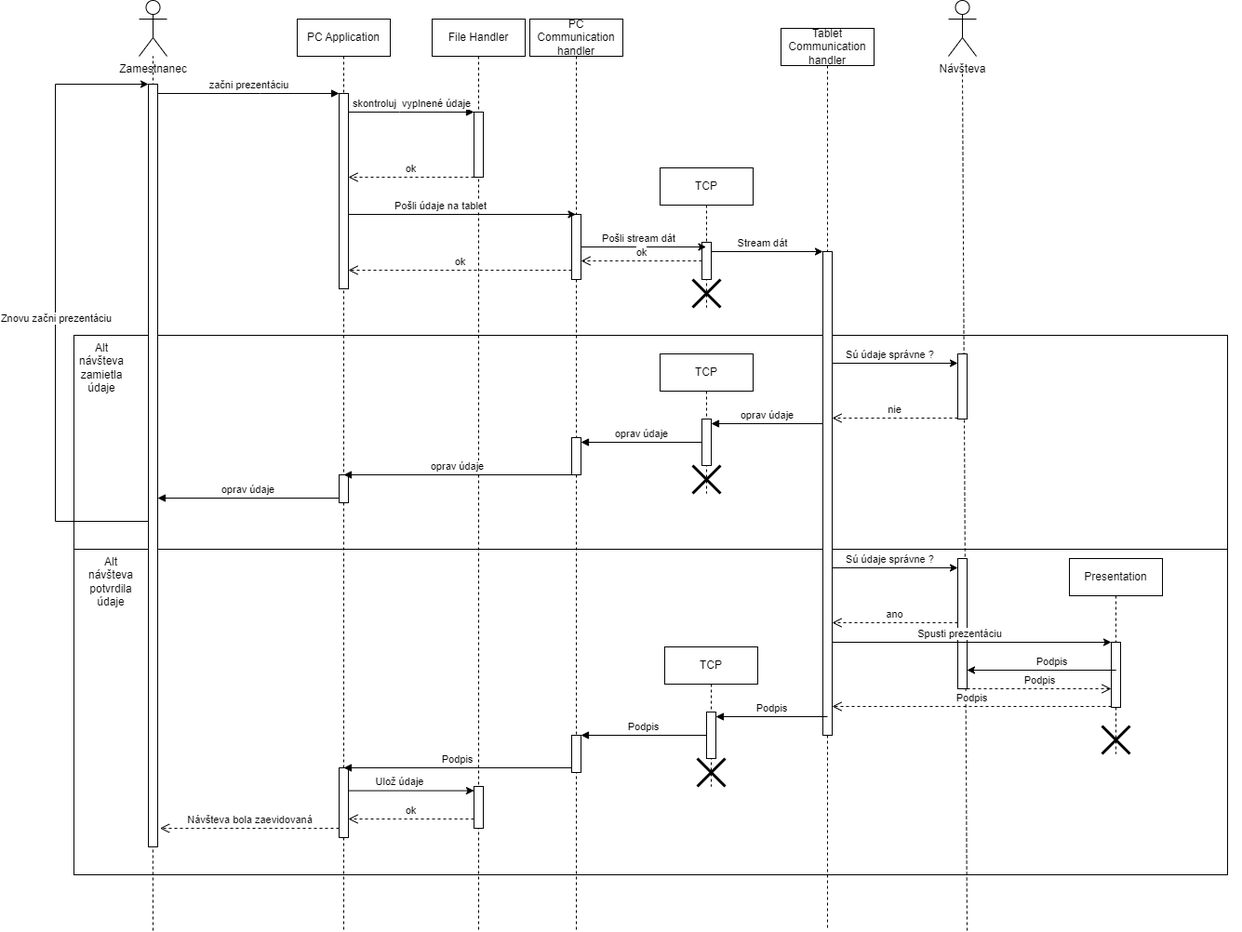
The draw.io diagram docs/navrh/sequence_diagram.png in TIS2023-FMFI/navstevy, before a commit. Source tidied: cells renumbered, new cells last; positions are measured from the earlier drawing's top-left corner, leaving out a move shared by most shapes.
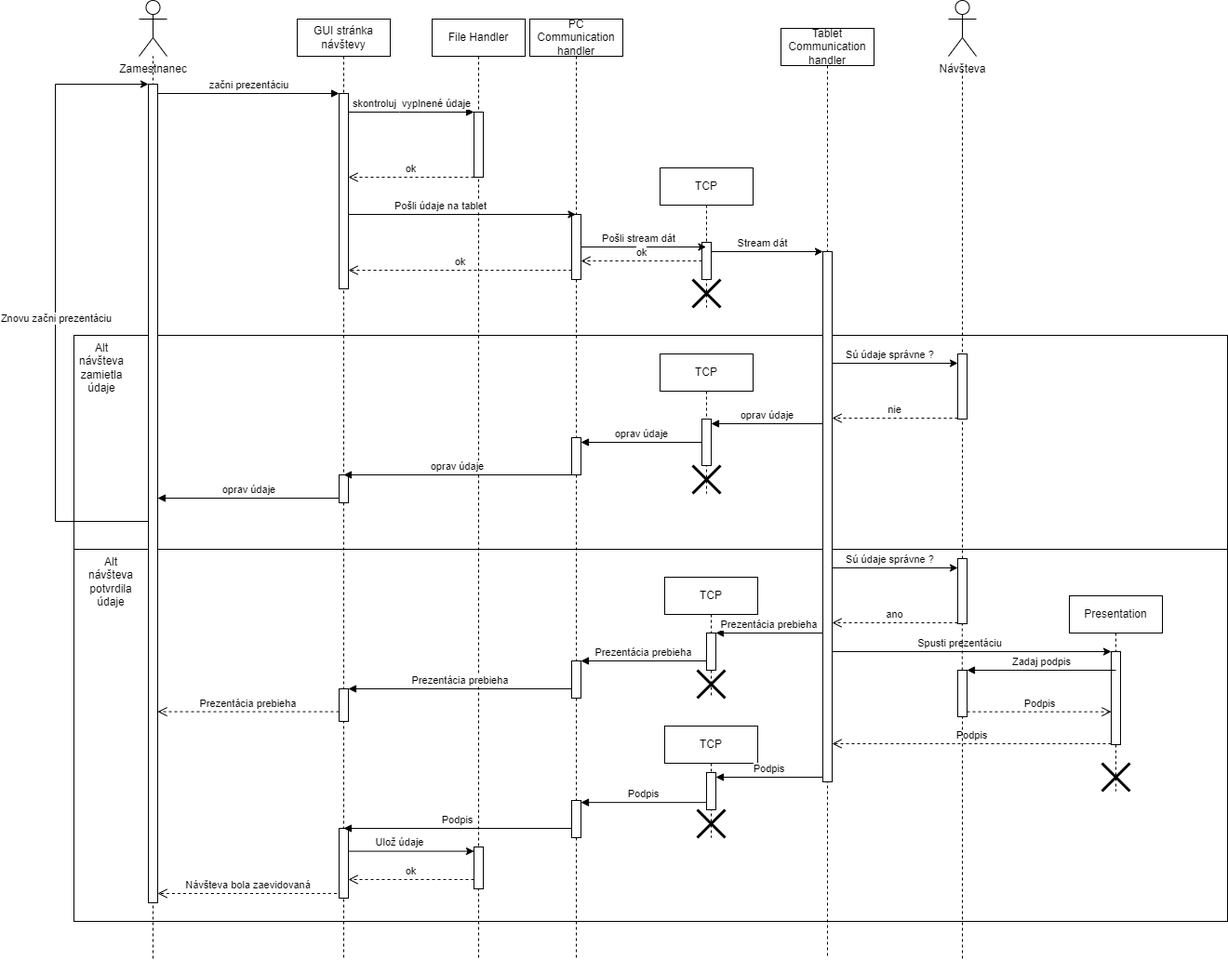
The same file after the commit.

Commit message:
Opravený sekvenčný diagram

The edit, as a diff of the source:
```diff
@@ -8,7 +8,6 @@
     <mxCell id="3" style="rounded=0;whiteSpace=wrap;html=1;" parent="1" vertex="1">
-      <mxGeometry x="20" y="590" width="1240" height="350" as="geometry" />
+      <mxGeometry x="20" y="590" width="1240" height="400" as="geometry" />
     </mxCell>
-    <mxCell id="4" style="endArrow=none;dashed=1;html=1;rounded=0;" parent="1" edge="1">
+    <mxCell id="4" style="endArrow=none;dashed=1;html=1;rounded=0;" parent="1" edge="1" source="48">
       <mxGeometry relative="1" as="geometry">
-        <mxPoint x="980" y="1000" as="sourcePoint" />
         <mxPoint x="975" y="75" as="targetPoint" />
@@ -17,9 +16,9 @@
     <mxCell id="5" value="Tablet Communication handler" style="shape=umlLifeline;perimeter=lifelinePerimeter;whiteSpace=wrap;html=1;newEdgeStyle={&quot;edgeStyle&quot;:&quot;elbowEdgeStyle&quot;,&quot;elbow&quot;:&quot;vertical&quot;,&quot;curved&quot;:0,&quot;rounded&quot;:0};" parent="1" vertex="1">
-      <mxGeometry x="780" y="30" width="100" height="970" as="geometry" />
+      <mxGeometry x="780" y="30" width="100" height="1000" as="geometry" />
     </mxCell>
     <mxCell id="6" style="html=1;points=[];perimeter=orthogonalPerimeter;outlineConnect=0;targetShapes=umlLifeline;portConstraint=eastwest;newEdgeStyle={&quot;edgeStyle&quot;:&quot;elbowEdgeStyle&quot;,&quot;elbow&quot;:&quot;vertical&quot;,&quot;curved&quot;:0,&quot;rounded&quot;:0};" parent="5" vertex="1">
-      <mxGeometry x="45" y="240" width="10" height="520" as="geometry" />
+      <mxGeometry x="45" y="240" width="10" height="570" as="geometry" />
     </mxCell>
     <mxCell id="7" value="PC Communication handler" style="shape=umlLifeline;perimeter=lifelinePerimeter;whiteSpace=wrap;html=1;newEdgeStyle={&quot;edgeStyle&quot;:&quot;elbowEdgeStyle&quot;,&quot;elbow&quot;:&quot;vertical&quot;,&quot;curved&quot;:0,&quot;rounded&quot;:0};" parent="1" vertex="1">
-      <mxGeometry x="510" y="20" width="100" height="980" as="geometry" />
+      <mxGeometry x="510" y="20" width="100" height="1010" as="geometry" />
     </mxCell>
@@ -31,4 +30,10 @@
     </mxCell>
+    <mxCell id="56" style="html=1;points=[];perimeter=orthogonalPerimeter;outlineConnect=0;targetShapes=umlLifeline;portConstraint=eastwest;newEdgeStyle={&quot;edgeStyle&quot;:&quot;elbowEdgeStyle&quot;,&quot;elbow&quot;:&quot;vertical&quot;,&quot;curved&quot;:0,&quot;rounded&quot;:0};" parent="7" vertex="1">
+      <mxGeometry x="45" y="840" width="10" height="40" as="geometry" />
+    </mxCell>
+    <mxCell id="77" style="html=1;points=[];perimeter=orthogonalPerimeter;outlineConnect=0;targetShapes=umlLifeline;portConstraint=eastwest;newEdgeStyle={&quot;edgeStyle&quot;:&quot;elbowEdgeStyle&quot;,&quot;elbow&quot;:&quot;vertical&quot;,&quot;curved&quot;:0,&quot;rounded&quot;:0};" parent="7" vertex="1">
+      <mxGeometry x="45" y="690" width="10" height="40" as="geometry" />
+    </mxCell>
-    <mxCell id="10" value="PC Application" style="shape=umlLifeline;perimeter=lifelinePerimeter;whiteSpace=wrap;html=1;newEdgeStyle={&quot;edgeStyle&quot;:&quot;elbowEdgeStyle&quot;,&quot;elbow&quot;:&quot;vertical&quot;,&quot;curved&quot;:0,&quot;rounded&quot;:0};" parent="1" vertex="1">
-      <mxGeometry x="260" y="20" width="100" height="980" as="geometry" />
+    <mxCell id="10" value="GUI stránka návštevy" style="shape=umlLifeline;perimeter=lifelinePerimeter;whiteSpace=wrap;html=1;newEdgeStyle={&quot;edgeStyle&quot;:&quot;elbowEdgeStyle&quot;,&quot;elbow&quot;:&quot;vertical&quot;,&quot;curved&quot;:0,&quot;rounded&quot;:0};" parent="1" vertex="1">
+      <mxGeometry x="260" y="20" width="100" height="1010" as="geometry" />
     </mxCell>
@@ -40,8 +45,40 @@
     </mxCell>
+    <mxCell id="78" style="html=1;points=[];perimeter=orthogonalPerimeter;outlineConnect=0;targetShapes=umlLifeline;portConstraint=eastwest;newEdgeStyle={&quot;edgeStyle&quot;:&quot;elbowEdgeStyle&quot;,&quot;elbow&quot;:&quot;vertical&quot;,&quot;curved&quot;:0,&quot;rounded&quot;:0};" parent="10" vertex="1">
+      <mxGeometry x="45" y="720" width="10" height="35" as="geometry" />
+    </mxCell>
     <mxCell id="13" value="File Handler" style="shape=umlLifeline;perimeter=lifelinePerimeter;whiteSpace=wrap;html=1;newEdgeStyle={&quot;edgeStyle&quot;:&quot;elbowEdgeStyle&quot;,&quot;elbow&quot;:&quot;vertical&quot;,&quot;curved&quot;:0,&quot;rounded&quot;:0};" parent="1" vertex="1">
-      <mxGeometry x="405" y="20" width="100" height="980" as="geometry" />
+      <mxGeometry x="405" y="20" width="100" height="1010" as="geometry" />
     </mxCell>
     <mxCell id="14" style="html=1;perimeter=orthogonalPerimeter;targetShapes=umlLifeline;newEdgeStyle={&quot;edgeStyle&quot;:&quot;elbowEdgeStyle&quot;,&quot;elbow&quot;:&quot;vertical&quot;,&quot;curved&quot;:0,&quot;rounded&quot;:0};" parent="13" vertex="1">
-      <mxGeometry x="45" y="825" width="10" height="45" as="geometry" />
+      <mxGeometry x="45" y="890" width="10" height="45" as="geometry" />
     </mxCell>
+    <mxCell id="62" style="html=1;points=[];perimeter=orthogonalPerimeter;outlineConnect=0;targetShapes=umlLifeline;portConstraint=eastwest;newEdgeStyle={&quot;edgeStyle&quot;:&quot;elbowEdgeStyle&quot;,&quot;elbow&quot;:&quot;vertical&quot;,&quot;curved&quot;:0,&quot;rounded&quot;:0};" parent="13" vertex="1">
+      <mxGeometry x="-100" y="870" width="10" height="75" as="geometry" />
+    </mxCell>
+    <mxCell id="63" value="Podpis" style="html=1;verticalAlign=bottom;endArrow=block;curved=0;rounded=0;entryX=0.5;entryY=0;entryDx=0;entryDy=0;entryPerimeter=0;" parent="13" edge="1" target="62">
+      <mxGeometry relative="1" as="geometry">
+        <mxPoint x="150" y="870" as="sourcePoint" />
+      </mxGeometry>
+    </mxCell>
+    <mxCell id="66" style="endArrow=classic;html=1;rounded=0;entryX=0;entryY=0.5;entryDx=0;entryDy=0;entryPerimeter=0;" parent="13" edge="1">
+      <mxGeometry relative="1" as="geometry">
+        <mxPoint x="-90" y="894.6" as="sourcePoint" />
+        <mxPoint x="45" y="894.6" as="targetPoint" />
+      </mxGeometry>
+    </mxCell>
+    <mxCell id="67" value="Ulož údaje" style="edgeLabel;html=1;align=center;verticalAlign=middle;" parent="66" vertex="1">
+      <mxGeometry x="-0.2" y="1" relative="1" as="geometry">
+        <mxPoint y="-9" as="offset" />
+      </mxGeometry>
+    </mxCell>
+    <mxCell id="68" value="ok" style="html=1;verticalAlign=bottom;endArrow=open;dashed=1;endSize=8;edgeStyle=elbowEdgeStyle;elbow=vertical;curved=0;rounded=0;" parent="13" edge="1">
+      <mxGeometry relative="1" as="geometry">
+        <mxPoint x="45" y="925" as="sourcePoint" />
+        <mxPoint x="-90" y="925" as="targetPoint" />
+        <Array as="points">
+          <mxPoint x="-35" y="925" />
+          <mxPoint x="-185" y="945" />
+        </Array>
+      </mxGeometry>
+    </mxCell>
     <mxCell id="15" value="začni prezentáciu" style="html=1;verticalAlign=bottom;endArrow=block;edgeStyle=elbowEdgeStyle;elbow=vertical;curved=0;rounded=0;" parent="1" edge="1" source="72" target="11">
@@ -199,5 +236,2 @@
     </mxCell>
-    <mxCell id="48" style="html=1;points=[];perimeter=orthogonalPerimeter;outlineConnect=0;targetShapes=umlLifeline;portConstraint=eastwest;newEdgeStyle={&quot;edgeStyle&quot;:&quot;elbowEdgeStyle&quot;,&quot;elbow&quot;:&quot;vertical&quot;,&quot;curved&quot;:0,&quot;rounded&quot;:0};" parent="1" vertex="1">
-      <mxGeometry x="970" y="600" width="10" height="140" as="geometry" />
-    </mxCell>
     <mxCell id="49" value="ano" style="html=1;verticalAlign=bottom;endArrow=open;dashed=1;endSize=8;curved=0;rounded=0;" parent="1" edge="1">
@@ -209,6 +243,6 @@
     <mxCell id="50" value="Presentation" style="shape=umlLifeline;perimeter=lifelinePerimeter;whiteSpace=wrap;html=1;newEdgeStyle={&quot;edgeStyle&quot;:&quot;elbowEdgeStyle&quot;,&quot;elbow&quot;:&quot;vertical&quot;,&quot;curved&quot;:0,&quot;rounded&quot;:0};" parent="1" vertex="1">
-      <mxGeometry x="1090" y="600" width="100" height="210" as="geometry" />
+      <mxGeometry x="1090" y="640" width="100" height="210" as="geometry" />
     </mxCell>
     <mxCell id="51" style="html=1;points=[];perimeter=orthogonalPerimeter;outlineConnect=0;targetShapes=umlLifeline;portConstraint=eastwest;newEdgeStyle={&quot;edgeStyle&quot;:&quot;elbowEdgeStyle&quot;,&quot;elbow&quot;:&quot;vertical&quot;,&quot;curved&quot;:0,&quot;rounded&quot;:0};" parent="50" vertex="1">
-      <mxGeometry x="45" y="90" width="10" height="70" as="geometry" />
+      <mxGeometry x="45" y="60" width="10" height="100" as="geometry" />
     </mxCell>
@@ -230,30 +264,20 @@
     </mxCell>
-    <mxCell id="56" style="html=1;points=[];perimeter=orthogonalPerimeter;outlineConnect=0;targetShapes=umlLifeline;portConstraint=eastwest;newEdgeStyle={&quot;edgeStyle&quot;:&quot;elbowEdgeStyle&quot;,&quot;elbow&quot;:&quot;vertical&quot;,&quot;curved&quot;:0,&quot;rounded&quot;:0};" parent="1" vertex="1">
-      <mxGeometry x="555" y="790" width="10" height="40" as="geometry" />
-    </mxCell>
     <mxCell id="57" value="TCP" style="shape=umlLifeline;perimeter=lifelinePerimeter;whiteSpace=wrap;html=1;newEdgeStyle={&quot;edgeStyle&quot;:&quot;elbowEdgeStyle&quot;,&quot;elbow&quot;:&quot;vertical&quot;,&quot;curved&quot;:0,&quot;rounded&quot;:0};" parent="1" vertex="1">
-      <mxGeometry x="655" y="695" width="100" height="150" as="geometry" />
+      <mxGeometry x="655" y="780" width="100" height="120" as="geometry" />
     </mxCell>
-    <mxCell id="58" style="shape=umlDestroy;whiteSpace=wrap;html=1;strokeWidth=3;targetShapes=umlLifeline;" parent="57" vertex="1">
-      <mxGeometry x="35" y="120" width="30" height="30" as="geometry" />
+    <mxCell id="58" style="shape=umlDestroy;whiteSpace=wrap;html=1;strokeWidth=3;targetShapes=umlLifeline;direction=south;" parent="57" vertex="1">
+      <mxGeometry x="35" y="90" width="30" height="30" as="geometry" />
     </mxCell>
     <mxCell id="59" style="html=1;points=[[0,0,0,0,5],[0,1,0,0,-5],[1,0,0,0,5],[1,1,0,0,-5]];perimeter=orthogonalPerimeter;outlineConnect=0;targetShapes=umlLifeline;portConstraint=eastwest;newEdgeStyle={&quot;curved&quot;:0,&quot;rounded&quot;:0};" parent="57" vertex="1">
-      <mxGeometry x="45" y="70" width="10" height="50" as="geometry" />
+      <mxGeometry x="45" y="50" width="10" height="40" as="geometry" />
     </mxCell>
-    <mxCell id="60" value="Podpis" style="html=1;verticalAlign=bottom;endArrow=block;curved=0;rounded=0;entryX=1;entryY=0;entryDx=0;entryDy=5;" parent="1" edge="1" target="59">
-      <mxGeometry relative="1" as="geometry">
-        <mxPoint x="830" y="770" as="sourcePoint" />
-      </mxGeometry>
+    <mxCell id="60" value="Podpis" style="html=1;verticalAlign=bottom;endArrow=block;curved=0;rounded=0;entryX=1;entryY=0;entryDx=0;entryDy=5;" parent="1" edge="1" source="6" target="59">
+      <mxGeometry relative="1" as="geometry" />
     </mxCell>
-    <mxCell id="61" value="Podpis" style="html=1;verticalAlign=bottom;endArrow=block;curved=0;rounded=0;" parent="1" edge="1" source="59" target="56">
-      <mxGeometry relative="1" as="geometry" />
+    <mxCell id="61" value="Podpis" style="html=1;verticalAlign=bottom;endArrow=block;curved=0;rounded=0;" parent="1" edge="1">
+      <mxGeometry relative="1" as="geometry">
+        <mxPoint x="700" y="862.2" as="sourcePoint" />
+        <mxPoint x="565" y="862.2" as="targetPoint" />
+      </mxGeometry>
     </mxCell>
-    <mxCell id="62" style="html=1;points=[];perimeter=orthogonalPerimeter;outlineConnect=0;targetShapes=umlLifeline;portConstraint=eastwest;newEdgeStyle={&quot;edgeStyle&quot;:&quot;elbowEdgeStyle&quot;,&quot;elbow&quot;:&quot;vertical&quot;,&quot;curved&quot;:0,&quot;rounded&quot;:0};" parent="1" vertex="1">
-      <mxGeometry x="305" y="825" width="10" height="75" as="geometry" />
-    </mxCell>
-    <mxCell id="63" value="Podpis" style="html=1;verticalAlign=bottom;endArrow=block;curved=0;rounded=0;entryX=0.5;entryY=0;entryDx=0;entryDy=0;entryPerimeter=0;" parent="1" edge="1" target="62">
-      <mxGeometry relative="1" as="geometry">
-        <mxPoint x="555" y="825" as="sourcePoint" />
-      </mxGeometry>
-    </mxCell>
     <mxCell id="64" value="oprav údaje" style="html=1;verticalAlign=bottom;endArrow=block;curved=0;rounded=0;" parent="1" edge="1">
@@ -270,30 +294,9 @@
     </mxCell>
-    <mxCell id="66" style="endArrow=classic;html=1;rounded=0;entryX=0;entryY=0.5;entryDx=0;entryDy=0;entryPerimeter=0;" parent="1" edge="1">
-      <mxGeometry relative="1" as="geometry">
-        <mxPoint x="315" y="849.6" as="sourcePoint" />
-        <mxPoint x="450" y="849.6" as="targetPoint" />
-      </mxGeometry>
-    </mxCell>
-    <mxCell id="67" value="Ulož údaje" style="edgeLabel;html=1;align=center;verticalAlign=middle;" parent="66" vertex="1">
-      <mxGeometry x="-0.2" y="1" relative="1" as="geometry">
-        <mxPoint y="-9" as="offset" />
-      </mxGeometry>
-    </mxCell>
-    <mxCell id="68" value="ok" style="html=1;verticalAlign=bottom;endArrow=open;dashed=1;endSize=8;edgeStyle=elbowEdgeStyle;elbow=vertical;curved=0;rounded=0;" parent="1" edge="1">
-      <mxGeometry relative="1" as="geometry">
-        <mxPoint x="450" y="880" as="sourcePoint" />
-        <mxPoint x="315" y="880" as="targetPoint" />
-        <Array as="points">
-          <mxPoint x="370" y="880" />
-          <mxPoint x="220" y="900" />
-        </Array>
-      </mxGeometry>
-    </mxCell>
     <mxCell id="69" value="Návšteva bola zaevidovaná" style="html=1;verticalAlign=bottom;endArrow=open;dashed=1;endSize=8;edgeStyle=elbowEdgeStyle;elbow=vertical;curved=0;rounded=0;" parent="1" edge="1">
       <mxGeometry relative="1" as="geometry">
-        <mxPoint x="305" y="890" as="sourcePoint" />
-        <mxPoint x="112.5" y="890" as="targetPoint" />
+        <mxPoint x="302.5" y="960" as="sourcePoint" />
+        <mxPoint x="110" y="960" as="targetPoint" />
         <Array as="points">
-          <mxPoint x="225" y="890" />
-          <mxPoint x="75" y="910" />
+          <mxPoint x="222.5" y="960" />
+          <mxPoint x="72.5" y="980" />
         </Array>
@@ -314,29 +317,64 @@
     <mxCell id="72" style="html=1;points=[];perimeter=orthogonalPerimeter;outlineConnect=0;targetShapes=umlLifeline;portConstraint=eastwest;newEdgeStyle={&quot;edgeStyle&quot;:&quot;elbowEdgeStyle&quot;,&quot;elbow&quot;:&quot;vertical&quot;,&quot;curved&quot;:0,&quot;rounded&quot;:0};" parent="1" vertex="1">
-      <mxGeometry x="100" y="90" width="10" height="820" as="geometry" />
+      <mxGeometry x="100" y="90" width="10" height="880" as="geometry" />
     </mxCell>
-    <mxCell id="73" style="endArrow=none;dashed=1;html=1;rounded=0;" parent="1" edge="1">
+    <mxCell id="73" style="endArrow=none;dashed=1;html=1;rounded=0;" parent="1" edge="1" target="72">
       <mxGeometry relative="1" as="geometry">
-        <mxPoint x="105" y="1000" as="sourcePoint" />
-        <mxPoint x="104.9" y="910" as="targetPoint" />
+        <mxPoint x="105" y="1030" as="sourcePoint" />
       </mxGeometry>
     </mxCell>
-    <mxCell id="74" style="endArrow=classic;html=1;rounded=0;" parent="1" edge="1" target="48">
-      <mxGeometry relative="1" as="geometry">
-        <mxPoint x="980" y="720" as="sourcePoint" />
-        <Array as="points">
-          <mxPoint x="1140" y="720" />
-        </Array>
-      </mxGeometry>
-    </mxCell>
-    <mxCell id="75" value="Podpis" style="edgeLabel;html=1;align=center;verticalAlign=middle;" parent="74" vertex="1">
-      <mxGeometry x="-0.09" y="2" relative="1" as="geometry">
-        <mxPoint x="-55" y="-8" as="offset" />
-      </mxGeometry>
-    </mxCell>
     <mxCell id="76" value="Podpis" style="html=1;verticalAlign=bottom;endArrow=open;dashed=1;endSize=8;curved=0;rounded=0;" parent="1" edge="1">
       <mxGeometry relative="1" as="geometry">
-        <mxPoint x="980" y="740" as="sourcePoint" />
-        <mxPoint x="1135" y="740" as="targetPoint" />
+        <mxPoint x="980" y="764.7" as="sourcePoint" />
+        <mxPoint x="1135" y="764.7" as="targetPoint" />
       </mxGeometry>
     </mxCell>
+    <mxCell id="79" value="TCP" style="shape=umlLifeline;perimeter=lifelinePerimeter;whiteSpace=wrap;html=1;newEdgeStyle={&quot;edgeStyle&quot;:&quot;elbowEdgeStyle&quot;,&quot;elbow&quot;:&quot;vertical&quot;,&quot;curved&quot;:0,&quot;rounded&quot;:0};" parent="1" vertex="1">
+      <mxGeometry x="655" y="620" width="100" height="130" as="geometry" />
+    </mxCell>
+    <mxCell id="80" style="html=1;points=[[0,0,0,0,5],[0,1,0,0,-5],[1,0,0,0,5],[1,1,0,0,-5]];perimeter=orthogonalPerimeter;outlineConnect=0;targetShapes=umlLifeline;portConstraint=eastwest;newEdgeStyle={&quot;curved&quot;:0,&quot;rounded&quot;:0};" parent="79" vertex="1">
+      <mxGeometry x="45" y="60" width="10" height="40" as="geometry" />
+    </mxCell>
+    <mxCell id="81" style="shape=umlDestroy;whiteSpace=wrap;html=1;strokeWidth=3;targetShapes=umlLifeline;" parent="79" vertex="1">
+      <mxGeometry x="35" y="100" width="30" height="30" as="geometry" />
+    </mxCell>
+    <mxCell id="82" value="Prezentácia prebieha" style="html=1;verticalAlign=bottom;endArrow=block;curved=0;rounded=0;" parent="1" edge="1" source="6" target="80">
+      <mxGeometry relative="1" as="geometry" />
+    </mxCell>
+    <mxCell id="83" value="Prezentácia prebieha" style="html=1;verticalAlign=bottom;endArrow=block;curved=0;rounded=0;" parent="1" edge="1" source="80" target="77">
+      <mxGeometry relative="1" as="geometry" />
+    </mxCell>
+    <mxCell id="84" value="Prezentácia prebieha" style="html=1;verticalAlign=bottom;endArrow=block;curved=0;rounded=0;" parent="1" edge="1" source="77" target="78">
+      <mxGeometry relative="1" as="geometry" />
+    </mxCell>
+    <mxCell id="85" value="Prezentácia prebieha" style="html=1;verticalAlign=bottom;endArrow=open;dashed=1;endSize=8;edgeStyle=elbowEdgeStyle;elbow=vertical;curved=0;rounded=0;" parent="1" edge="1" source="78">
+      <mxGeometry relative="1" as="geometry">
+        <mxPoint x="110" y="765" as="targetPoint" />
+        <Array as="points">
+          <mxPoint x="202.5" y="764.6" />
+          <mxPoint x="52.5" y="784.6" />
+        </Array>
+      </mxGeometry>
+    </mxCell>
+    <mxCell id="86" style="endArrow=none;dashed=1;html=1;rounded=0;" parent="1" edge="1" source="88">
+      <mxGeometry relative="1" as="geometry">
+        <mxPoint x="974.8" y="670" as="targetPoint" />
+      </mxGeometry>
+    </mxCell>
+    <mxCell id="48" style="html=1;points=[];perimeter=orthogonalPerimeter;outlineConnect=0;targetShapes=umlLifeline;portConstraint=eastwest;newEdgeStyle={&quot;edgeStyle&quot;:&quot;elbowEdgeStyle&quot;,&quot;elbow&quot;:&quot;vertical&quot;,&quot;curved&quot;:0,&quot;rounded&quot;:0};" parent="1" vertex="1">
+      <mxGeometry x="970" y="600" width="10" height="70" as="geometry" />
+    </mxCell>
+    <mxCell id="87" style="endArrow=none;dashed=1;html=1;rounded=0;" parent="1" edge="1" target="88">
+      <mxGeometry relative="1" as="geometry">
+        <mxPoint x="975" y="1030" as="sourcePoint" />
+      </mxGeometry>
+    </mxCell>
+    <mxCell id="88" style="html=1;points=[];perimeter=orthogonalPerimeter;outlineConnect=0;targetShapes=umlLifeline;portConstraint=eastwest;newEdgeStyle={&quot;edgeStyle&quot;:&quot;elbowEdgeStyle&quot;,&quot;elbow&quot;:&quot;vertical&quot;,&quot;curved&quot;:0,&quot;rounded&quot;:0};" parent="1" vertex="1">
+      <mxGeometry x="970" y="720" width="10" height="50" as="geometry" />
+    </mxCell>
+    <mxCell id="89" value="Zadaj podpis" style="html=1;verticalAlign=bottom;endArrow=block;curved=0;rounded=0;exitX=0.5;exitY=0.3;exitDx=0;exitDy=0;exitPerimeter=0;" parent="1" edge="1">
+      <mxGeometry relative="1" as="geometry">
+        <mxPoint x="1140" y="720" as="sourcePoint" />
+        <mxPoint x="980" y="720" as="targetPoint" />
+      </mxGeometry>
+    </mxCell>
   </root>
```
